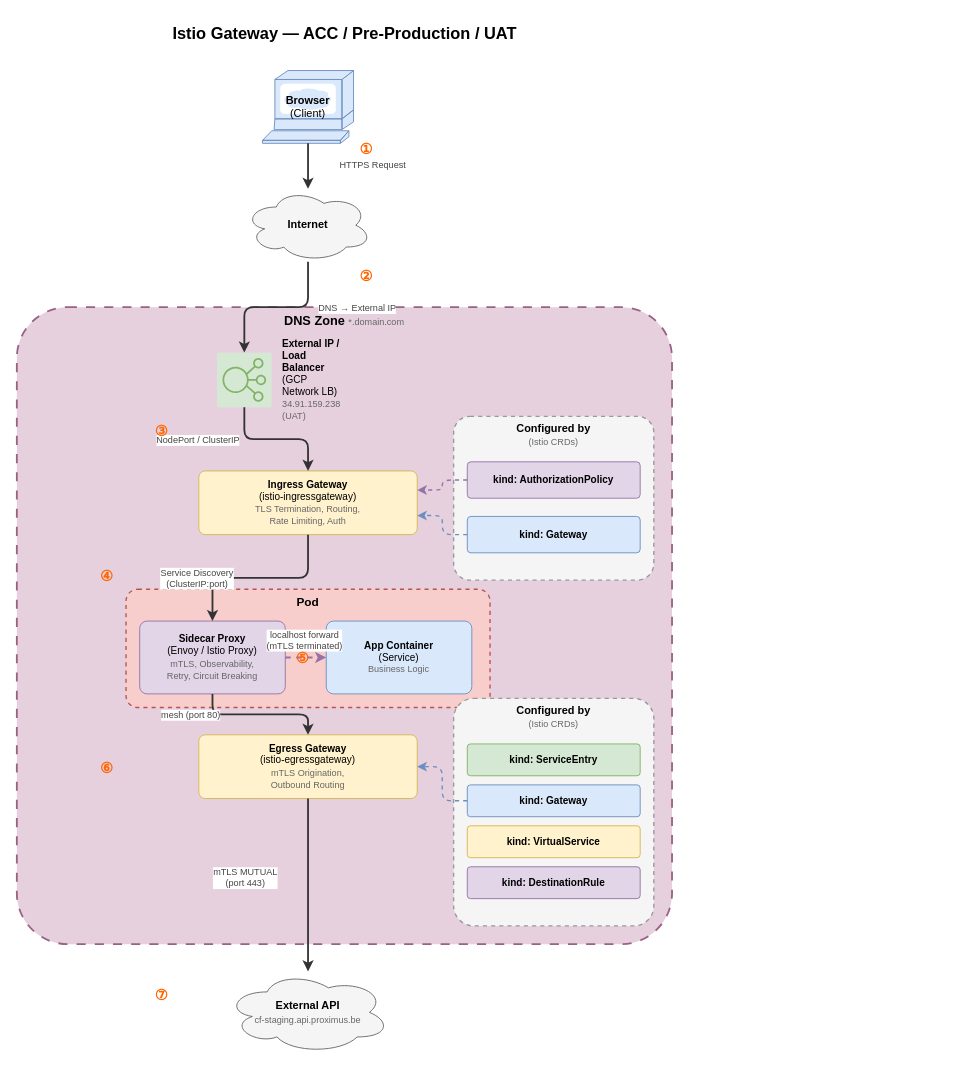
Earlier version of the draw.io diagram istio-ingress-gateway-diagram.drawio (ntrong2009/diagrams). Source tidied: cells renumbered, new cells numbered last; positions are measured from the earlier drawing's top-left corner, leaving out a move shared by most shapes. Both pictures are drawn from the tidied source at 91%, with x=0, y=0 at pixel (16, 15).
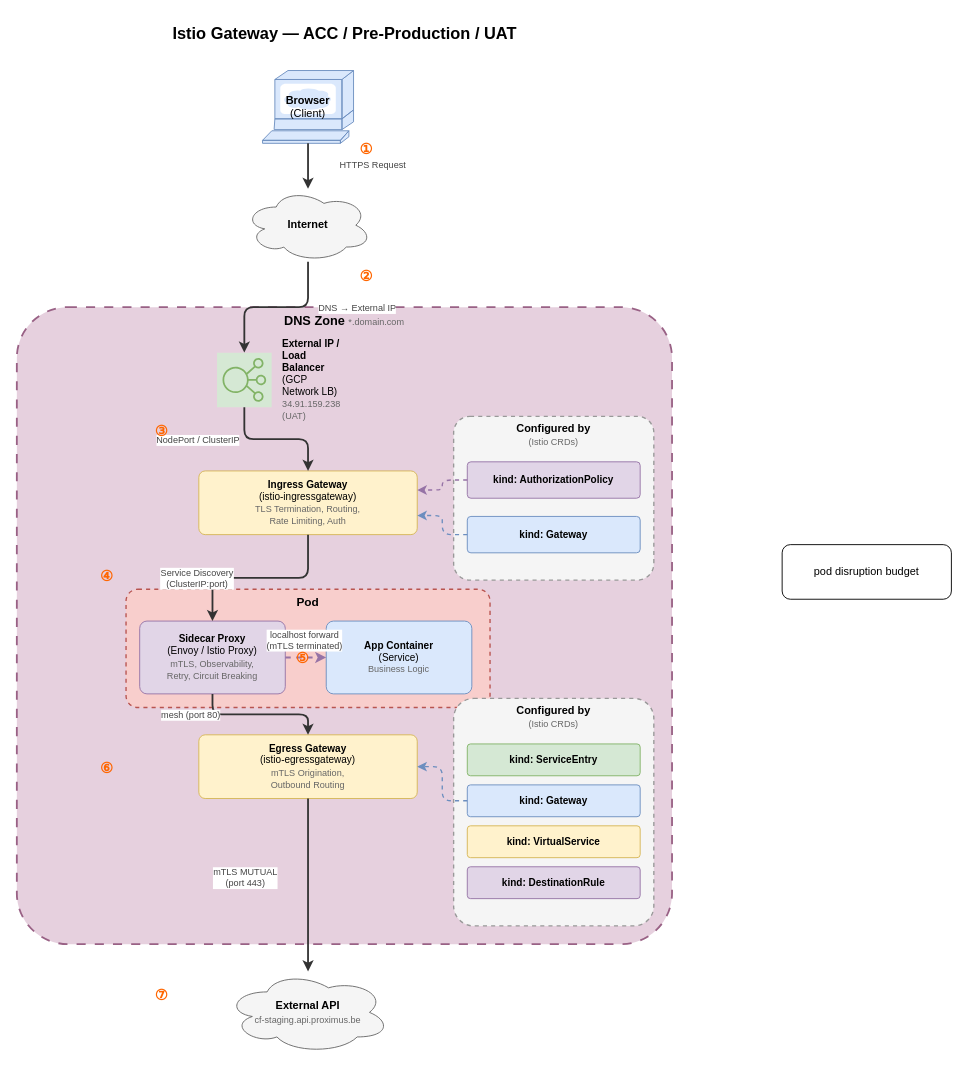
Above is the later version.

Diff of the diagram source:
```diff
@@
+    <mxCell id="45" value="pod disruption budget" style="rounded=1;whiteSpace=wrap;html=1;" parent="1" vertex="1">
+      <mxGeometry x="841" y="581" width="186" height="60" as="geometry" />
+    </mxCell>
```
